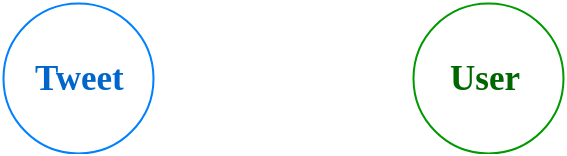
Earlier version of the draw.io export 2-flock-mutations/assets/graph-1.png (dgraph-io/workshop). Source tidied: cells renumbered, new cells last; positions are measured from the earlier drawing's top-left corner, leaving out a move shared by most shapes.
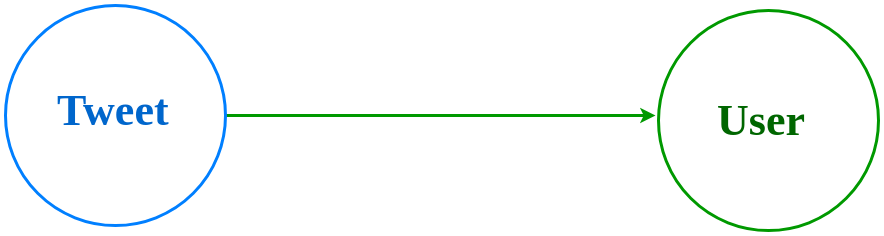
After the commit.

What changed in the source:
```diff
@@ -2,17 +2,22 @@
   <root>
     <mxCell id="0" />
     <mxCell id="1" parent="0" />
-    <mxCell id="2" style="ellipse;whiteSpace=wrap;html=1;labelBorderColor=#FF0000;labelBackgroundColor=#ffffff;strokeColor=#009900;strokeWidth=2;" parent="1" vertex="1">
-      <mxGeometry x="410" width="150" height="150" as="geometry" />
-    </mxCell>
-    <mxCell id="3" style="ellipse;whiteSpace=wrap;html=1;fontColor=#FF0000;labelBorderColor=#FF0000;labelBackgroundColor=#ffffff;strokeWidth=2;strokeColor=#007FFF;" parent="1" vertex="1">
-      <mxGeometry width="150" height="150" as="geometry" />
-    </mxCell>
+    <mxCell id="6" style="endArrow=classic;html=1;strokeColor=#009900;strokeWidth=3;fontFamily=Verdana;fontSize=35;fontColor=#0066CC;exitX=1;exitY=0.5;exitDx=0;exitDy=0;" parent="1" edge="1" source="8">
+      <mxGeometry relative="1" as="geometry">
+        <mxPoint x="820" y="110" as="targetPoint" />
+      </mxGeometry>
+    </mxCell>
+    <mxCell id="7" style="ellipse;whiteSpace=wrap;html=1;labelBorderColor=#FF0000;labelBackgroundColor=#ffffff;strokeColor=#009900;strokeWidth=3;" parent="1" vertex="1">
+      <mxGeometry x="823" y="5" width="220" height="220" as="geometry" />
+    </mxCell>
+    <mxCell id="8" style="ellipse;whiteSpace=wrap;html=1;fontColor=#FF0000;labelBorderColor=#FF0000;labelBackgroundColor=#ffffff;strokeWidth=3;strokeColor=#007FFF;" parent="1" vertex="1">
+      <mxGeometry x="170" width="220" height="220" as="geometry" />
+    </mxCell>
-    <mxCell id="4" value="&lt;font style=&quot;font-size: 35px;&quot;&gt;Tweet&lt;/font&gt;" style="text;html=1;align=left;verticalAlign=middle;fillColor=none;strokeColor=none;rounded=0;labelBackgroundColor=none;fontFamily=Verdana;fontSize=35;fontColor=#0066CC;fontStyle=1;" parent="1" vertex="1">
-      <mxGeometry x="30" y="60" width="90" height="30" as="geometry" />
+    <mxCell id="4" value="&lt;font style=&quot;font-size: 44px&quot;&gt;Tweet&lt;/font&gt;" style="text;html=1;align=left;verticalAlign=middle;fillColor=none;strokeColor=none;rounded=0;labelBackgroundColor=none;fontFamily=Verdana;fontSize=44;fontColor=#0066CC;fontStyle=1;" parent="1" vertex="1">
+      <mxGeometry x="220" y="80" width="120" height="50" as="geometry" />
     </mxCell>
-    <mxCell id="5" value="&lt;font style=&quot;font-size: 35px&quot;&gt;User&lt;/font&gt;" style="text;html=1;align=left;verticalAlign=middle;fillColor=none;strokeColor=none;rounded=0;labelBackgroundColor=none;fontFamily=Verdana;fontSize=15;fontColor=#006600;fontStyle=1;" parent="1" vertex="1">
-      <mxGeometry x="445" y="60" width="80" height="30" as="geometry" />
+    <mxCell id="5" value="&lt;font style=&quot;font-size: 44px&quot;&gt;User&lt;/font&gt;" style="text;html=1;align=left;verticalAlign=middle;fillColor=none;strokeColor=none;rounded=0;labelBackgroundColor=none;fontFamily=Verdana;fontSize=44;fontColor=#006600;fontStyle=1;" parent="1" vertex="1">
+      <mxGeometry x="880" y="100" width="100" height="30" as="geometry" />
     </mxCell>
   </root>
 </mxGraphModel>
```
